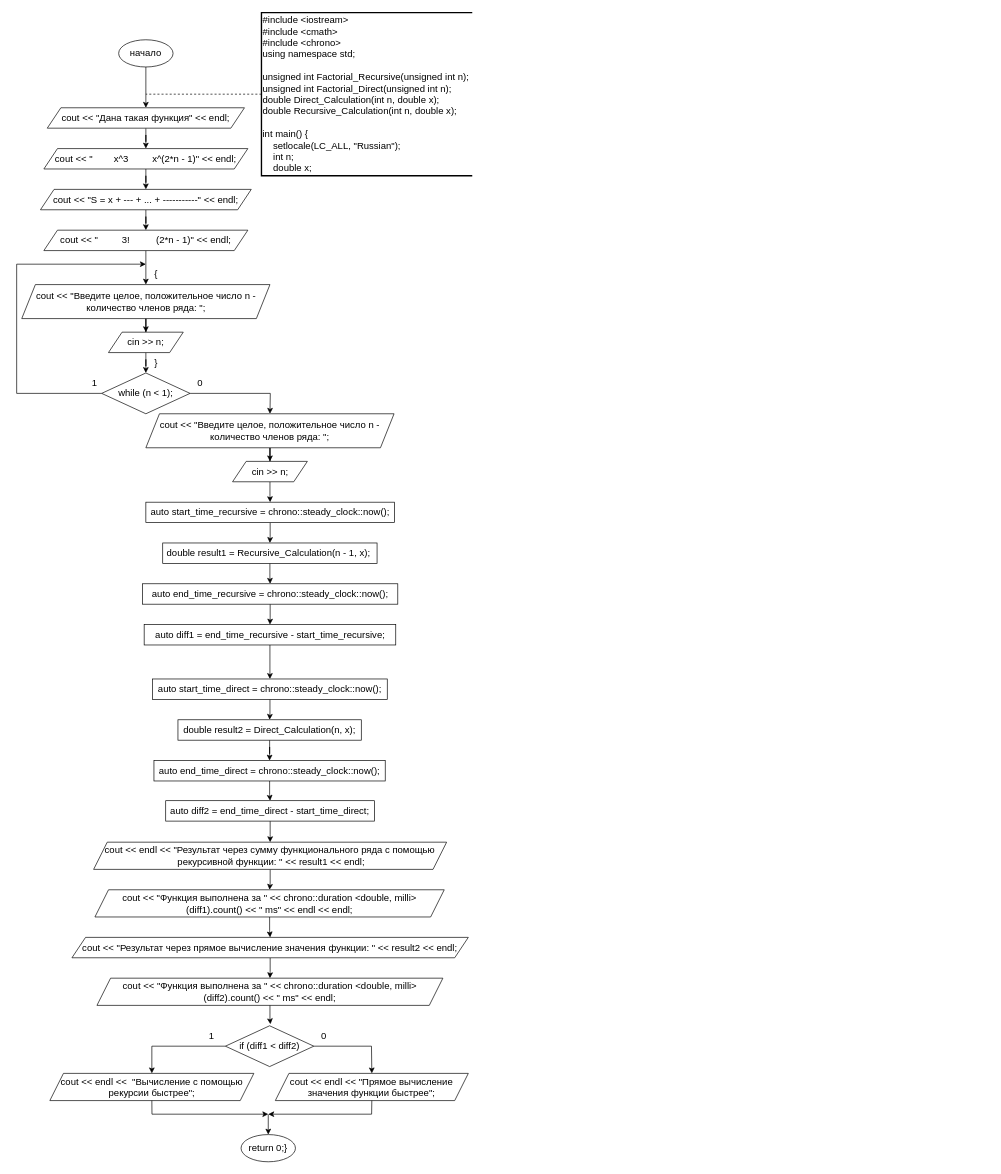
The draw.io diagram lab work recursion.drawio in SonyAkb/laboratory-work-recursion, before the edit. Source tidied: cells renumbered, new cells numbered last; positions are measured from the earlier drawing's top-left corner, leaving out a move shared by most shapes. Both pictures are drawn from the tidied source at 68%, with x=0, y=0 at pixel (16, 12).
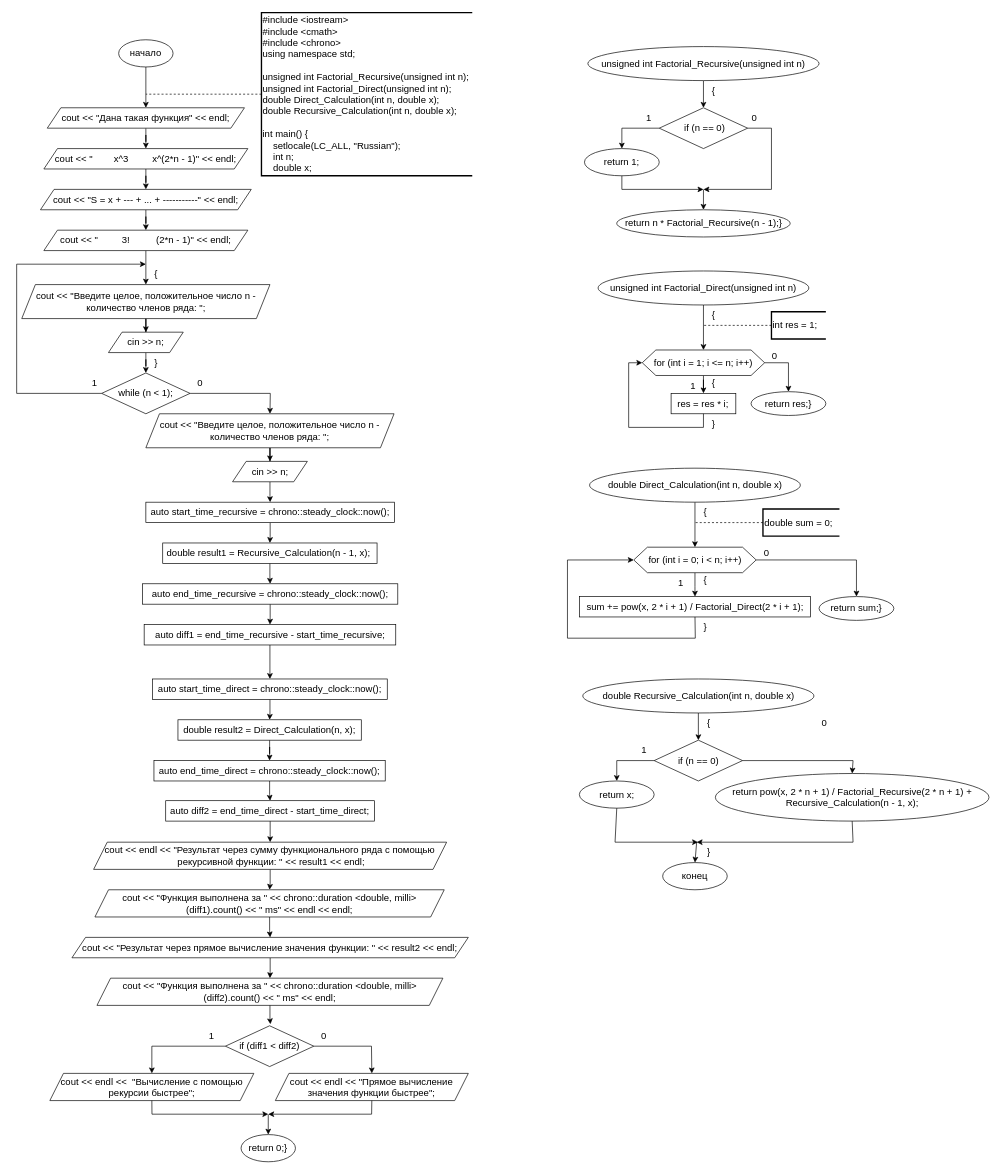
After the change.

Change to the diagram source:
```diff
@@
+    <mxCell id="64" style="edgeStyle=orthogonalEdgeStyle;rounded=0;jettySize=auto;html=1;entryX=0.5;entryY=0;entryDx=0;entryDy=0;" parent="1" edge="1" source="65" target="66">
+      <mxGeometry relative="1" as="geometry" />
+    </mxCell>
+    <mxCell id="65" value="unsigned int Factorial_Recursive(unsigned int n)" style="ellipse;whiteSpace=wrap;html=1;fontSize=14;" parent="1" vertex="1">
+      <mxGeometry x="840" y="50" width="340" height="50" as="geometry" />
+    </mxCell>
+    <mxCell id="66" value="&lt;font style=&quot;font-size: 14px;&quot;&gt;&amp;nbsp;if (n == 0)&lt;/font&gt;" style="rhombus;whiteSpace=wrap;html=1;" parent="1" vertex="1">
+      <mxGeometry x="945" y="140" width="130" height="60" as="geometry" />
+    </mxCell>
+    <mxCell id="67" value="return 1;" style="ellipse;whiteSpace=wrap;html=1;fontSize=14;" parent="1" vertex="1">
+      <mxGeometry x="835" y="200" width="110" height="40" as="geometry" />
+    </mxCell>
+    <mxCell id="68" style="endArrow=classic;html=1;rounded=0;exitX=0;exitY=0.5;exitDx=0;exitDy=0;entryX=0.5;entryY=0;entryDx=0;entryDy=0;" parent="1" edge="1" source="66" target="67">
+      <mxGeometry relative="1" as="geometry">
+        <Array as="points">
+          <mxPoint x="890" y="170" />
+        </Array>
+      </mxGeometry>
+    </mxCell>
+    <mxCell id="69" style="endArrow=classic;html=1;rounded=0;exitX=1;exitY=0.5;exitDx=0;exitDy=0;" parent="1" edge="1" source="66">
+      <mxGeometry relative="1" as="geometry">
+        <mxPoint x="1010" y="260" as="targetPoint" />
+        <Array as="points">
+          <mxPoint x="1110" y="170" />
+          <mxPoint x="1110" y="260" />
+        </Array>
+      </mxGeometry>
+    </mxCell>
+    <mxCell id="70" style="endArrow=classic;html=1;rounded=0;exitX=0.5;exitY=1;exitDx=0;exitDy=0;" parent="1" edge="1" source="67">
+      <mxGeometry relative="1" as="geometry">
+        <mxPoint x="1010" y="260" as="targetPoint" />
+        <Array as="points">
+          <mxPoint x="890" y="260" />
+        </Array>
+      </mxGeometry>
+    </mxCell>
+    <mxCell id="71" value="&lt;font style=&quot;font-size: 14px;&quot;&gt;1&lt;/font&gt;" style="text;html=1;strokeColor=none;fillColor=none;align=center;verticalAlign=middle;whiteSpace=wrap;rounded=0;" parent="1" vertex="1">
+      <mxGeometry x="915" y="140" width="30" height="30" as="geometry" />
+    </mxCell>
+    <mxCell id="72" value="&lt;font style=&quot;font-size: 14px;&quot;&gt;0&lt;/font&gt;" style="text;html=1;strokeColor=none;fillColor=none;align=center;verticalAlign=middle;whiteSpace=wrap;rounded=0;" parent="1" vertex="1">
+      <mxGeometry x="1070" y="140" width="30" height="30" as="geometry" />
+    </mxCell>
+    <mxCell id="73" value="return n * Factorial_Recursive(n - 1);}" style="ellipse;whiteSpace=wrap;html=1;fontSize=14;" parent="1" vertex="1">
+      <mxGeometry x="882.5" y="290" width="255" height="40" as="geometry" />
+    </mxCell>
+    <mxCell id="74" style="endArrow=classic;html=1;rounded=0;entryX=0.5;entryY=0;entryDx=0;entryDy=0;" parent="1" edge="1" target="73">
+      <mxGeometry relative="1" as="geometry">
+        <mxPoint x="1010" y="260" as="sourcePoint" />
+      </mxGeometry>
+    </mxCell>
+    <mxCell id="75" value="&lt;font style=&quot;font-size: 14px;&quot;&gt;{&lt;/font&gt;" style="text;html=1;strokeColor=none;fillColor=none;align=center;verticalAlign=middle;whiteSpace=wrap;rounded=0;" parent="1" vertex="1">
+      <mxGeometry x="1010" y="100" width="30" height="30" as="geometry" />
+    </mxCell>
+    <mxCell id="76" style="edgeStyle=orthogonalEdgeStyle;rounded=0;jettySize=auto;html=1;entryX=0.5;entryY=0;entryDx=0;entryDy=0;" parent="1" edge="1" source="77" target="80">
+      <mxGeometry relative="1" as="geometry" />
+    </mxCell>
+    <mxCell id="77" value="unsigned int Factorial_Direct(unsigned int n)" style="ellipse;whiteSpace=wrap;html=1;fontSize=14;" parent="1" vertex="1">
+      <mxGeometry x="855" y="380" width="310" height="50" as="geometry" />
+    </mxCell>
+    <mxCell id="78" value="&lt;div style=&quot;&quot;&gt;int res = 1;&lt;br&gt;&lt;/div&gt;" style="strokeWidth=2;html=1;shape=mxgraph.flowchart.annotation_1;align=left;fontSize=14;" parent="1" vertex="1">
+      <mxGeometry x="1110" y="440" width="80" height="40" as="geometry" />
+    </mxCell>
+    <mxCell id="79" style="edgeStyle=orthogonalEdgeStyle;rounded=0;jettySize=auto;html=1;entryX=0.5;entryY=0;entryDx=0;entryDy=0;" parent="1" edge="1" source="80" target="82">
+      <mxGeometry relative="1" as="geometry" />
+    </mxCell>
+    <mxCell id="80" value="&lt;font style=&quot;font-size: 14px;&quot;&gt;for (int i = 1; i &amp;lt;= n; i++)&lt;/font&gt;" style="shape=hexagon;perimeter=hexagonPerimeter2;whiteSpace=wrap;html=1;fixedSize=1;" parent="1" vertex="1">
+      <mxGeometry x="920" y="496.2" width="180" height="37.5" as="geometry" />
+    </mxCell>
+    <mxCell id="81" style="endArrow=none;dashed=1;html=1;rounded=0;exitX=0;exitY=0.5;exitDx=0;exitDy=0;exitPerimeter=0;" parent="1" edge="1" source="78">
+      <mxGeometry relative="1" as="geometry">
+        <mxPoint x="1010" y="460" as="targetPoint" />
+      </mxGeometry>
+    </mxCell>
+    <mxCell id="82" value="&lt;font style=&quot;font-size: 14px;&quot;&gt;res = res * i;&lt;/font&gt;" style="rounded=0;whiteSpace=wrap;html=1;" parent="1" vertex="1">
+      <mxGeometry x="962.4" y="560" width="95.2" height="30" as="geometry" />
+    </mxCell>
+    <mxCell id="83" value="&lt;font style=&quot;font-size: 14px;&quot;&gt;{&lt;/font&gt;" style="text;html=1;strokeColor=none;fillColor=none;align=center;verticalAlign=middle;whiteSpace=wrap;rounded=0;" parent="1" vertex="1">
+      <mxGeometry x="1010" y="430" width="30" height="30" as="geometry" />
+    </mxCell>
+    <mxCell id="84" value="&lt;font style=&quot;font-size: 14px;&quot;&gt;{&lt;/font&gt;" style="text;html=1;strokeColor=none;fillColor=none;align=center;verticalAlign=middle;whiteSpace=wrap;rounded=0;" parent="1" vertex="1">
+      <mxGeometry x="1010" y="530" width="30" height="30" as="geometry" />
+    </mxCell>
+    <mxCell id="85" style="endArrow=classic;html=1;rounded=0;exitX=0.5;exitY=1;exitDx=0;exitDy=0;entryX=0;entryY=0.5;entryDx=0;entryDy=0;" parent="1" edge="1" source="82" target="80">
+      <mxGeometry relative="1" as="geometry">
+        <Array as="points">
+          <mxPoint x="1010" y="610" />
+          <mxPoint x="900" y="610" />
+          <mxPoint x="900" y="515" />
+        </Array>
+      </mxGeometry>
+    </mxCell>
+    <mxCell id="86" style="endArrow=classic;html=1;rounded=0;exitX=1;exitY=0.5;exitDx=0;exitDy=0;entryX=0.5;entryY=0;entryDx=0;entryDy=0;" parent="1" edge="1" source="80" target="87">
+      <mxGeometry relative="1" as="geometry">
+        <Array as="points">
+          <mxPoint x="1135" y="515" />
+        </Array>
+      </mxGeometry>
+    </mxCell>
+    <mxCell id="87" value="return res;}" style="ellipse;whiteSpace=wrap;html=1;fontSize=14;" parent="1" vertex="1">
+      <mxGeometry x="1080" y="557.5" width="110" height="35" as="geometry" />
+    </mxCell>
+    <mxCell id="88" style="edgeStyle=orthogonalEdgeStyle;rounded=0;jettySize=auto;html=1;entryX=0.5;entryY=0;entryDx=0;entryDy=0;" parent="1" edge="1" source="89" target="92">
+      <mxGeometry relative="1" as="geometry" />
+    </mxCell>
+    <mxCell id="89" value="double Direct_Calculation(int n, double x)" style="ellipse;whiteSpace=wrap;html=1;fontSize=14;" parent="1" vertex="1">
+      <mxGeometry x="842.5" y="670" width="310" height="50" as="geometry" />
+    </mxCell>
+    <mxCell id="90" value="&lt;div style=&quot;&quot;&gt;double sum = 0;&lt;br&gt;&lt;/div&gt;" style="strokeWidth=2;html=1;shape=mxgraph.flowchart.annotation_1;align=left;fontSize=14;" parent="1" vertex="1">
+      <mxGeometry x="1097.5" y="730" width="112.5" height="40" as="geometry" />
+    </mxCell>
+    <mxCell id="91" style="edgeStyle=orthogonalEdgeStyle;rounded=0;jettySize=auto;html=1;entryX=0.5;entryY=0;entryDx=0;entryDy=0;" parent="1" edge="1" source="92" target="94">
+      <mxGeometry relative="1" as="geometry" />
+    </mxCell>
+    <mxCell id="92" value="&lt;font style=&quot;font-size: 14px;&quot;&gt;for (int i = 0; i &amp;lt; n; i++)&lt;/font&gt;" style="shape=hexagon;perimeter=hexagonPerimeter2;whiteSpace=wrap;html=1;fixedSize=1;" parent="1" vertex="1">
+      <mxGeometry x="907.5" y="786.2" width="180" height="37.5" as="geometry" />
+    </mxCell>
+    <mxCell id="93" style="endArrow=none;dashed=1;html=1;rounded=0;exitX=0;exitY=0.5;exitDx=0;exitDy=0;exitPerimeter=0;" parent="1" edge="1" source="90">
+      <mxGeometry relative="1" as="geometry">
+        <mxPoint x="997.5" y="750" as="targetPoint" />
+      </mxGeometry>
+    </mxCell>
+    <mxCell id="94" value="&lt;font style=&quot;font-size: 14px;&quot;&gt;sum += pow(x, 2 * i + 1) / Factorial_Direct(2 * i + 1);&lt;/font&gt;" style="rounded=0;whiteSpace=wrap;html=1;" parent="1" vertex="1">
+      <mxGeometry x="827.5" y="858.8" width="340.1" height="30" as="geometry" />
+    </mxCell>
+    <mxCell id="95" value="&lt;font style=&quot;font-size: 14px;&quot;&gt;{&lt;/font&gt;" style="text;html=1;strokeColor=none;fillColor=none;align=center;verticalAlign=middle;whiteSpace=wrap;rounded=0;" parent="1" vertex="1">
+      <mxGeometry x="997.5" y="720" width="30" height="30" as="geometry" />
+    </mxCell>
+    <mxCell id="96" value="&lt;font style=&quot;font-size: 14px;&quot;&gt;{&lt;/font&gt;" style="text;html=1;strokeColor=none;fillColor=none;align=center;verticalAlign=middle;whiteSpace=wrap;rounded=0;" parent="1" vertex="1">
+      <mxGeometry x="997.5" y="820" width="30" height="30" as="geometry" />
+    </mxCell>
+    <mxCell id="97" style="endArrow=classic;html=1;rounded=0;exitX=0.5;exitY=1;exitDx=0;exitDy=0;entryX=0;entryY=0.5;entryDx=0;entryDy=0;" parent="1" edge="1" source="94" target="92">
+      <mxGeometry relative="1" as="geometry">
+        <Array as="points">
+          <mxPoint x="998" y="920" />
+          <mxPoint x="810" y="920" />
+          <mxPoint x="810" y="805" />
+        </Array>
+      </mxGeometry>
+    </mxCell>
+    <mxCell id="98" style="endArrow=classic;html=1;rounded=0;exitX=1;exitY=0.5;exitDx=0;exitDy=0;entryX=0.5;entryY=0;entryDx=0;entryDy=0;" parent="1" edge="1" source="92" target="99">
+      <mxGeometry relative="1" as="geometry">
+        <Array as="points">
+          <mxPoint x="1235" y="805" />
+        </Array>
+      </mxGeometry>
+    </mxCell>
+    <mxCell id="99" value="return sum;}" style="ellipse;whiteSpace=wrap;html=1;fontSize=14;" parent="1" vertex="1">
+      <mxGeometry x="1180" y="858.8" width="110" height="35" as="geometry" />
+    </mxCell>
+    <mxCell id="100" value="&lt;font style=&quot;font-size: 14px;&quot;&gt;1&lt;/font&gt;" style="text;html=1;strokeColor=none;fillColor=none;align=center;verticalAlign=middle;whiteSpace=wrap;rounded=0;" parent="1" vertex="1">
+      <mxGeometry x="980" y="533.8" width="30" height="30" as="geometry" />
+    </mxCell>
+    <mxCell id="101" value="&lt;font style=&quot;font-size: 14px;&quot;&gt;}&lt;/font&gt;" style="text;html=1;strokeColor=none;fillColor=none;align=center;verticalAlign=middle;whiteSpace=wrap;rounded=0;" parent="1" vertex="1">
+      <mxGeometry x="1010" y="590" width="30" height="30" as="geometry" />
+    </mxCell>
+    <mxCell id="102" value="&lt;font style=&quot;font-size: 14px;&quot;&gt;}&lt;/font&gt;" style="text;html=1;strokeColor=none;fillColor=none;align=center;verticalAlign=middle;whiteSpace=wrap;rounded=0;" parent="1" vertex="1">
+      <mxGeometry x="997.5" y="888.8" width="30" height="30" as="geometry" />
+    </mxCell>
+    <mxCell id="103" value="&lt;font style=&quot;font-size: 14px;&quot;&gt;0&lt;/font&gt;" style="text;html=1;strokeColor=none;fillColor=none;align=center;verticalAlign=middle;whiteSpace=wrap;rounded=0;" parent="1" vertex="1">
+      <mxGeometry x="1100" y="490" width="30" height="30" as="geometry" />
+    </mxCell>
+    <mxCell id="104" value="&lt;font style=&quot;font-size: 14px;&quot;&gt;0&lt;/font&gt;" style="text;html=1;strokeColor=none;fillColor=none;align=center;verticalAlign=middle;whiteSpace=wrap;rounded=0;" parent="1" vertex="1">
+      <mxGeometry x="1087.5" y="780" width="30" height="30" as="geometry" />
+    </mxCell>
+    <mxCell id="105" value="&lt;font style=&quot;font-size: 14px;&quot;&gt;1&lt;/font&gt;" style="text;html=1;strokeColor=none;fillColor=none;align=center;verticalAlign=middle;whiteSpace=wrap;rounded=0;" parent="1" vertex="1">
+      <mxGeometry x="962.4" y="823.8" width="30" height="30" as="geometry" />
+    </mxCell>
+    <mxCell id="106" style="edgeStyle=orthogonalEdgeStyle;rounded=0;jettySize=auto;html=1;entryX=0.5;entryY=0;entryDx=0;entryDy=0;" parent="1" edge="1" source="107" target="108">
+      <mxGeometry relative="1" as="geometry" />
+    </mxCell>
+    <mxCell id="107" value="double Recursive_Calculation(int n, double x)" style="ellipse;whiteSpace=wrap;html=1;fontSize=14;" parent="1" vertex="1">
+      <mxGeometry x="832.5" y="980" width="340" height="50" as="geometry" />
+    </mxCell>
+    <mxCell id="108" value="&lt;font style=&quot;font-size: 14px;&quot;&gt;if (n == 0)&lt;/font&gt;" style="rhombus;whiteSpace=wrap;html=1;" parent="1" vertex="1">
+      <mxGeometry x="937.5" y="1070" width="130" height="60" as="geometry" />
+    </mxCell>
+    <mxCell id="109" value="return x;" style="ellipse;whiteSpace=wrap;html=1;fontSize=14;" parent="1" vertex="1">
+      <mxGeometry x="827.5" y="1130" width="110" height="40" as="geometry" />
+    </mxCell>
+    <mxCell id="110" style="endArrow=classic;html=1;rounded=0;exitX=0;exitY=0.5;exitDx=0;exitDy=0;entryX=0.5;entryY=0;entryDx=0;entryDy=0;" parent="1" edge="1" source="108" target="109">
+      <mxGeometry relative="1" as="geometry">
+        <Array as="points">
+          <mxPoint x="882.5" y="1100" />
+        </Array>
+      </mxGeometry>
+    </mxCell>
+    <mxCell id="111" style="endArrow=classic;html=1;rounded=0;exitX=0.5;exitY=1;exitDx=0;exitDy=0;" parent="1" edge="1" source="109">
+      <mxGeometry relative="1" as="geometry">
+        <mxPoint x="1002" y="1220" as="targetPoint" />
+        <Array as="points">
+          <mxPoint x="880" y="1220" />
+        </Array>
+      </mxGeometry>
+    </mxCell>
+    <mxCell id="112" value="&lt;font style=&quot;font-size: 14px;&quot;&gt;1&lt;/font&gt;" style="text;html=1;strokeColor=none;fillColor=none;align=center;verticalAlign=middle;whiteSpace=wrap;rounded=0;" parent="1" vertex="1">
+      <mxGeometry x="907.5" y="1070" width="30" height="30" as="geometry" />
+    </mxCell>
+    <mxCell id="113" value="&lt;font style=&quot;font-size: 14px;&quot;&gt;0&lt;/font&gt;" style="text;html=1;strokeColor=none;fillColor=none;align=center;verticalAlign=middle;whiteSpace=wrap;rounded=0;" parent="1" vertex="1">
+      <mxGeometry x="1172.5" y="1030" width="30" height="30" as="geometry" />
+    </mxCell>
+    <mxCell id="114" value="&lt;font style=&quot;font-size: 14px;&quot;&gt;{&lt;/font&gt;" style="text;html=1;strokeColor=none;fillColor=none;align=center;verticalAlign=middle;whiteSpace=wrap;rounded=0;" parent="1" vertex="1">
+      <mxGeometry x="1002.5" y="1030" width="30" height="30" as="geometry" />
+    </mxCell>
+    <mxCell id="115" value="return pow(x, 2 * n + 1) / Factorial_Recursive(2 * n + 1) + Recursive_Calculation(n - 1, x);" style="ellipse;whiteSpace=wrap;html=1;fontSize=14;" parent="1" vertex="1">
+      <mxGeometry x="1027.5" y="1119" width="402.4" height="70" as="geometry" />
+    </mxCell>
+    <mxCell id="116" style="endArrow=classic;html=1;rounded=0;exitX=1;exitY=0.5;exitDx=0;exitDy=0;entryX=0.5;entryY=0;entryDx=0;entryDy=0;" parent="1" edge="1" source="108" target="115">
+      <mxGeometry relative="1" as="geometry">
+        <Array as="points">
+          <mxPoint x="1230" y="1100" />
+        </Array>
+      </mxGeometry>
+    </mxCell>
+    <mxCell id="117" style="endArrow=classic;html=1;rounded=0;exitX=0.5;exitY=1;exitDx=0;exitDy=0;" parent="1" edge="1" source="115">
+      <mxGeometry relative="1" as="geometry">
+        <mxPoint x="1000" y="1220" as="targetPoint" />
+        <Array as="points">
+          <mxPoint x="1230" y="1220" />
+        </Array>
+      </mxGeometry>
+    </mxCell>
+    <mxCell id="118" style="endArrow=classic;html=1;rounded=0;entryX=0.5;entryY=0;entryDx=0;entryDy=0;" parent="1" edge="1" target="119">
+      <mxGeometry relative="1" as="geometry">
+        <mxPoint x="1000" y="1220" as="sourcePoint" />
+      </mxGeometry>
+    </mxCell>
+    <mxCell id="119" value="конец" style="ellipse;whiteSpace=wrap;html=1;fontSize=14;" parent="1" vertex="1">
+      <mxGeometry x="950" y="1250" width="95" height="40" as="geometry" />
+    </mxCell>
+    <mxCell id="120" value="&lt;font style=&quot;font-size: 14px;&quot;&gt;}&lt;/font&gt;" style="text;html=1;strokeColor=none;fillColor=none;align=center;verticalAlign=middle;whiteSpace=wrap;rounded=0;" parent="1" vertex="1">
+      <mxGeometry x="1002.5" y="1220" width="30" height="30" as="geometry" />
+    </mxCell>
```
